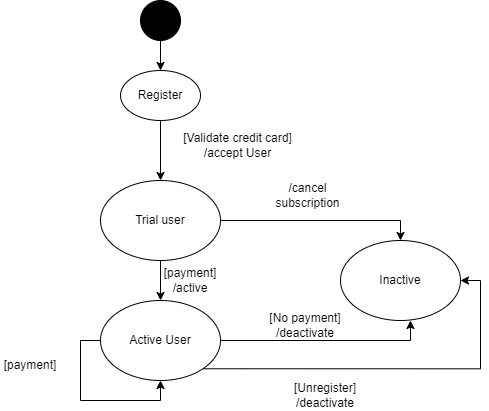
Before: State transition1.drawio.png, a diagram exported from draw.io (GuilleAlvarado/draw). Source tidied: cells renumbered, new cells last; positions are measured from the earlier drawing's top-left corner, leaving out a move shared by most shapes. Its diagram source:
```xml
<mxGraphModel>
  <root>
    <mxCell id="0" />
    <mxCell id="1" parent="0" />
    <mxCell id="2" style="edgeStyle=orthogonalEdgeStyle;rounded=0;jettySize=auto;html=1;" parent="1" edge="1" source="3" target="9">
      <mxGeometry relative="1" as="geometry" />
    </mxCell>
    <mxCell id="3" style="ellipse;whiteSpace=wrap;html=1;fillColor=#000000;" parent="1" vertex="1">
      <mxGeometry x="140" width="40" height="40" as="geometry" />
    </mxCell>
    <mxCell id="4" style="edgeStyle=orthogonalEdgeStyle;rounded=0;jettySize=auto;html=1;exitX=1;exitY=0.5;exitDx=0;exitDy=0;entryX=0.5;entryY=0;entryDx=0;entryDy=0;" parent="1" edge="1" source="6" target="10">
      <mxGeometry relative="1" as="geometry" />
    </mxCell>
    <mxCell id="5" style="edgeStyle=orthogonalEdgeStyle;rounded=0;jettySize=auto;html=1;exitX=0.5;exitY=1;exitDx=0;exitDy=0;" parent="1" edge="1" source="6" target="14">
      <mxGeometry relative="1" as="geometry" />
    </mxCell>
    <mxCell id="6" value="Trial user" style="ellipse;whiteSpace=wrap;html=1;fillColor=none;" parent="1" vertex="1">
      <mxGeometry x="100" y="180" width="120" height="80" as="geometry" />
    </mxCell>
    <mxCell id="7" value="[Validate credit card]&lt;br&gt;/accept User" style="text;html=1;strokeColor=none;fillColor=none;align=center;verticalAlign=middle;whiteSpace=wrap;rounded=0;" parent="1" vertex="1">
      <mxGeometry x="160" y="130" width="155" height="30" as="geometry" />
    </mxCell>
    <mxCell id="8" style="edgeStyle=orthogonalEdgeStyle;rounded=0;jettySize=auto;html=1;exitX=0.5;exitY=1;exitDx=0;exitDy=0;entryX=0.5;entryY=0;entryDx=0;entryDy=0;" parent="1" edge="1" source="9" target="6">
      <mxGeometry relative="1" as="geometry" />
    </mxCell>
    <mxCell id="9" value="Register" style="ellipse;whiteSpace=wrap;html=1;fillColor=none;" parent="1" vertex="1">
      <mxGeometry x="120" y="70" width="80" height="50" as="geometry" />
    </mxCell>
    <mxCell id="10" value="Inactive" style="ellipse;whiteSpace=wrap;html=1;fillColor=none;" parent="1" vertex="1">
      <mxGeometry x="340" y="240" width="120" height="80" as="geometry" />
    </mxCell>
    <mxCell id="11" value="[payment]&lt;br&gt;/active" style="text;html=1;strokeColor=none;fillColor=none;align=center;verticalAlign=middle;whiteSpace=wrap;rounded=0;" parent="1" vertex="1">
      <mxGeometry x="160" y="265" width="60" height="30" as="geometry" />
    </mxCell>
    <mxCell id="12" value="/cancel subscription" style="text;html=1;strokeColor=none;fillColor=none;align=center;verticalAlign=middle;whiteSpace=wrap;rounded=0;" parent="1" vertex="1">
      <mxGeometry x="255" y="180" width="105" height="30" as="geometry" />
    </mxCell>
    <mxCell id="13" style="edgeStyle=orthogonalEdgeStyle;rounded=0;jettySize=auto;html=1;exitX=1;exitY=0.5;exitDx=0;exitDy=0;entryX=0.583;entryY=1;entryDx=0;entryDy=0;entryPerimeter=0;" parent="1" edge="1" source="14" target="10">
      <mxGeometry relative="1" as="geometry" />
    </mxCell>
    <mxCell id="14" value="Active User" style="ellipse;whiteSpace=wrap;html=1;fillColor=none;" parent="1" vertex="1">
      <mxGeometry x="100" y="300" width="120" height="80" as="geometry" />
    </mxCell>
    <mxCell id="15" value="[No payment]&lt;br&gt;/deactivate" style="text;html=1;strokeColor=none;fillColor=none;align=center;verticalAlign=middle;whiteSpace=wrap;rounded=0;" parent="1" vertex="1">
      <mxGeometry x="250" y="310" width="110" height="30" as="geometry" />
    </mxCell>
    <mxCell id="16" style="edgeStyle=orthogonalEdgeStyle;rounded=0;jettySize=auto;html=1;exitX=1;exitY=1;exitDx=0;exitDy=0;entryX=1;entryY=0.5;entryDx=0;entryDy=0;" parent="1" edge="1" source="14" target="10">
      <mxGeometry relative="1" as="geometry" />
    </mxCell>
    <mxCell id="17" value="[Unregister]&lt;br&gt;/deactivate" style="text;html=1;strokeColor=none;fillColor=none;align=center;verticalAlign=middle;whiteSpace=wrap;rounded=0;" parent="1" vertex="1">
      <mxGeometry x="295" y="380" width="60" height="30" as="geometry" />
    </mxCell>
    <mxCell id="18" style="edgeStyle=orthogonalEdgeStyle;rounded=0;orthogonalLoop=1;jettySize=auto;html=1;exitX=0;exitY=0.5;exitDx=0;exitDy=0;entryX=0.5;entryY=1;entryDx=0;entryDy=0;" parent="1" edge="1" source="14" target="14">
      <mxGeometry relative="1" as="geometry" />
    </mxCell>
    <mxCell id="19" value="[payment]&lt;br&gt;" style="text;html=1;strokeColor=none;fillColor=none;align=center;verticalAlign=middle;whiteSpace=wrap;rounded=0;" parent="1" vertex="1">
      <mxGeometry y="350" width="60" height="30" as="geometry" />
    </mxCell>
  </root>
</mxGraphModel>
```
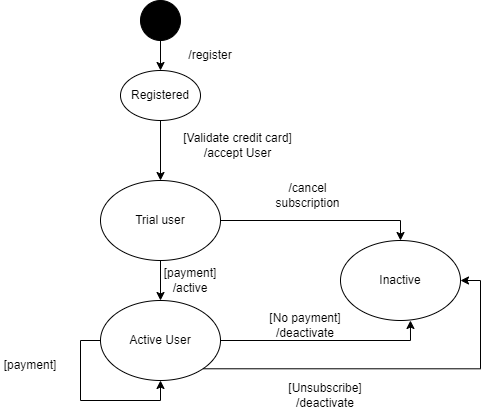
Later version of the same file.

What changed in the source:
```diff
@@ -23,7 +23,7 @@
     <mxCell id="8" style="edgeStyle=orthogonalEdgeStyle;rounded=0;jettySize=auto;html=1;exitX=0.5;exitY=1;exitDx=0;exitDy=0;entryX=0.5;entryY=0;entryDx=0;entryDy=0;" parent="1" edge="1" source="9" target="6">
       <mxGeometry relative="1" as="geometry" />
     </mxCell>
-    <mxCell id="9" value="Register" style="ellipse;whiteSpace=wrap;html=1;fillColor=none;" parent="1" vertex="1">
+    <mxCell id="9" value="Registered" style="ellipse;whiteSpace=wrap;html=1;fillColor=none;" parent="1" vertex="1">
       <mxGeometry x="120" y="70" width="80" height="50" as="geometry" />
     </mxCell>
     <mxCell id="10" value="Inactive" style="ellipse;whiteSpace=wrap;html=1;fillColor=none;" parent="1" vertex="1">
@@ -47,7 +47,7 @@
     <mxCell id="16" style="edgeStyle=orthogonalEdgeStyle;rounded=0;jettySize=auto;html=1;exitX=1;exitY=1;exitDx=0;exitDy=0;entryX=1;entryY=0.5;entryDx=0;entryDy=0;" parent="1" edge="1" source="14" target="10">
       <mxGeometry relative="1" as="geometry" />
     </mxCell>
-    <mxCell id="17" value="[Unregister]&lt;br&gt;/deactivate" style="text;html=1;strokeColor=none;fillColor=none;align=center;verticalAlign=middle;whiteSpace=wrap;rounded=0;" parent="1" vertex="1">
+    <mxCell id="17" value="[Unsubscribe]&lt;br&gt;/deactivate" style="text;html=1;strokeColor=none;fillColor=none;align=center;verticalAlign=middle;whiteSpace=wrap;rounded=0;" parent="1" vertex="1">
       <mxGeometry x="295" y="380" width="60" height="30" as="geometry" />
     </mxCell>
     <mxCell id="18" style="edgeStyle=orthogonalEdgeStyle;rounded=0;orthogonalLoop=1;jettySize=auto;html=1;exitX=0;exitY=0.5;exitDx=0;exitDy=0;entryX=0.5;entryY=1;entryDx=0;entryDy=0;" parent="1" edge="1" source="14" target="14">
@@ -56,5 +56,8 @@
     <mxCell id="19" value="[payment]&lt;br&gt;" style="text;html=1;strokeColor=none;fillColor=none;align=center;verticalAlign=middle;whiteSpace=wrap;rounded=0;" parent="1" vertex="1">
       <mxGeometry y="350" width="60" height="30" as="geometry" />
     </mxCell>
+    <mxCell id="20" value="/register" style="text;html=1;strokeColor=none;fillColor=none;align=center;verticalAlign=middle;whiteSpace=wrap;rounded=0;" parent="1" vertex="1">
+      <mxGeometry x="180" y="40" width="60" height="30" as="geometry" />
+    </mxCell>
   </root>
 </mxGraphModel>
```
